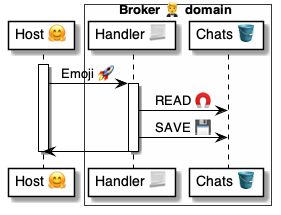
pollyweb-org/pollyweb-docs keeps this PlantUML diagram as 4 ⚙️ Solution/20 🧑‍🦰 UI/Brokers 🤵/🤵🅰️ Broker methods/Chats 💬 Emoji 🤗🚀🤵/🤵 Emoji ⚙️ uml.png. Above is the earlier version. Its source is kept beside it as 4 ⚙️ Solution/20 🧑‍🦰 UI/Brokers 🤵/🤵🅰️ Broker methods/Chats 💬 Emoji 🤗🚀🤵/🤵 Emoji ⚙️ uml.puml.
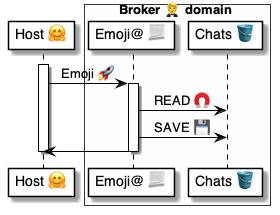
Above is the later version.

What changed in the source:
```diff
@@ -3,7 +3,7 @@
 participant "Host 🤗" as host
 
 box Broker 🤵 domain #FFFFFA
-    participant "Handler 📃" as broker
+    participant "Emoji@ 📃" as broker
     participant "Chats 🪣" as chats
 end box
 
```
